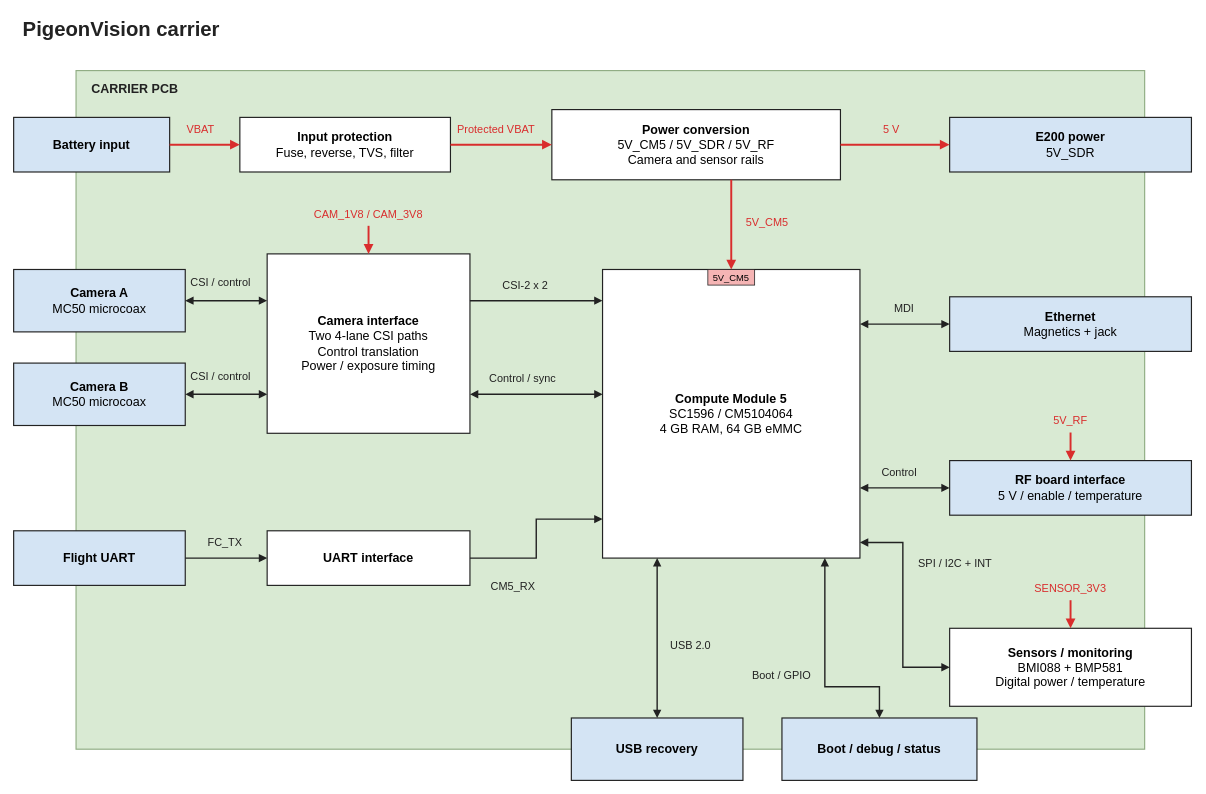
Before: hardware/carrier/block-diagram.drawio in stanford-ssi/PigeonVision, a draw.io diagram. Source tidied: cells renumbered, new cells numbered last; positions are measured from the earlier drawing's top-left corner, leaving out a move shared by most shapes. Both pictures are drawn from the tidied source at 78%, with x=0, y=0 at pixel (13, 13).
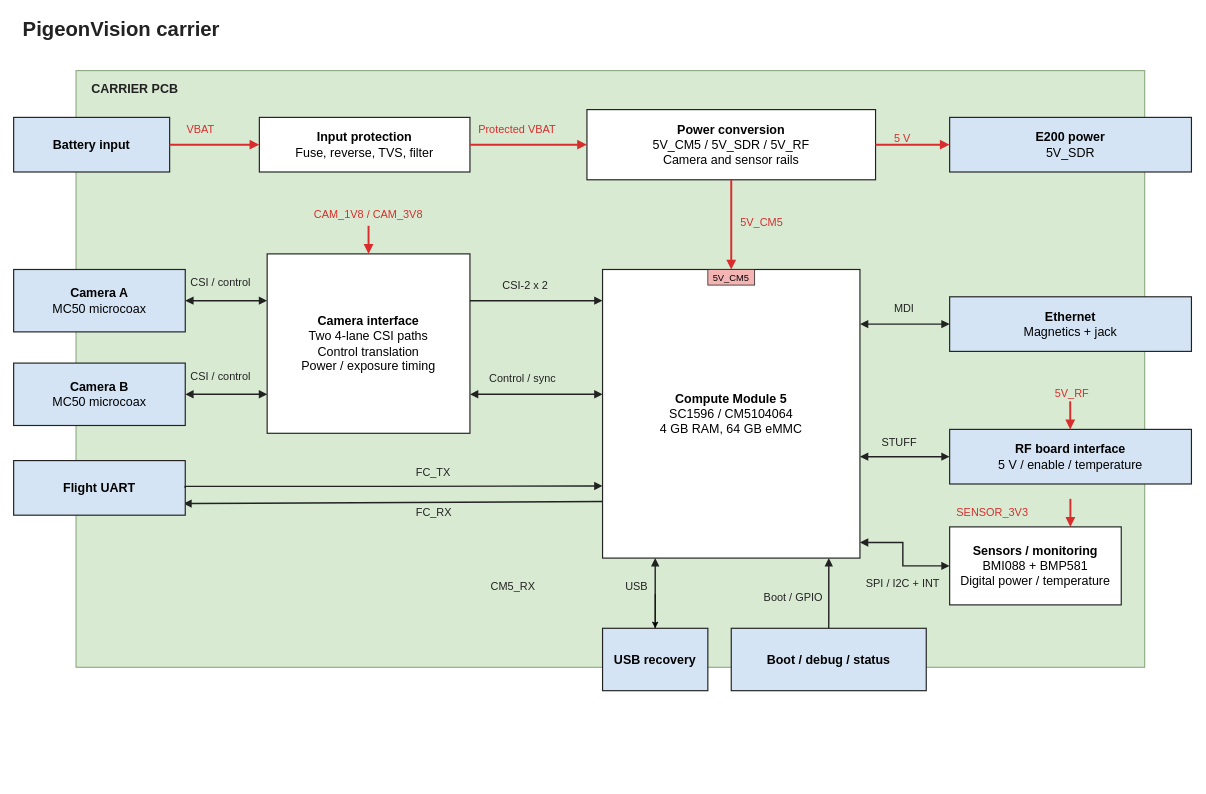
After the change.

The change refers to these unchanged cells:
```xml
<mxCell id="18" value="&lt;b&gt;Compute Module 5&lt;/b&gt;&lt;br&gt;SC1596 / CM5104064&lt;br&gt;4 GB RAM, 64 GB eMMC" style="rounded=0;whiteSpace=wrap;html=1;fontFamily=Arial;fillColor=#ffffff;strokeColor=#222222;strokeWidth=1.5;align=center;verticalAlign=middle;fontSize=16;spacing=5;" parent="1" vertex="1">
  <mxGeometry x="755" y="328" width="330" height="370" as="geometry" />
</mxCell>
```

What changed in the source:
```diff
@@
     <mxCell id="3" style="rounded=0;fillColor=#d9ead3;strokeColor=#91ad84;strokeWidth=1.5;" parent="1" vertex="1">
-      <mxGeometry x="80" y="73" width="1370" height="870" as="geometry" />
+      <mxGeometry x="80" y="73" width="1370" height="765" as="geometry" />
     </mxCell>
@@
     <mxCell id="6" value="&lt;b&gt;Input protection&lt;/b&gt;&lt;br&gt;Fuse, reverse, TVS, filter" style="rounded=0;whiteSpace=wrap;html=1;fontFamily=Arial;fillColor=#ffffff;strokeColor=#222222;strokeWidth=1.5;align=center;verticalAlign=middle;fontSize=16;spacing=5;" parent="1" vertex="1">
-      <mxGeometry x="290" y="133" width="270" height="70" as="geometry" />
+      <mxGeometry x="315" y="133" width="270" height="70" as="geometry" />
     </mxCell>
     <mxCell id="7" value="&lt;b&gt;Power conversion&lt;/b&gt;&lt;br&gt;5V_CM5 / 5V_SDR / 5V_RF&lt;br&gt;Camera and sensor rails" style="rounded=0;whiteSpace=wrap;html=1;fontFamily=Arial;fillColor=#ffffff;strokeColor=#222222;strokeWidth=1.5;align=center;verticalAlign=middle;fontSize=16;spacing=5;" parent="1" vertex="1">
-      <mxGeometry x="690" y="123" width="370" height="90" as="geometry" />
+      <mxGeometry x="735" y="123" width="370" height="90" as="geometry" />
     </mxCell>
@@
     <mxCell id="12" value="Protected VBAT" style="text;html=0;align=left;verticalAlign=middle;fillColor=none;strokeColor=none;fontFamily=Arial;fontSize=14;fontColor=#d92d2d;fontStyle=0;" parent="1" vertex="1">
-      <mxGeometry x="567" y="136" width="112" height="22" as="geometry" />
+      <mxGeometry x="594" y="136" width="112" height="22" as="geometry" />
     </mxCell>
@@
     <mxCell id="14" value="5 V" style="text;html=0;align=left;verticalAlign=middle;fillColor=none;strokeColor=none;fontFamily=Arial;fontSize=14;fontColor=#d92d2d;fontStyle=0;" parent="1" vertex="1">
-      <mxGeometry x="1113" y="136" width="80" height="22" as="geometry" />
+      <mxGeometry x="1127" y="148" width="80" height="22" as="geometry" />
     </mxCell>
@@
+    <mxCell id="57" style="edgeStyle=none;html=1;entryX=0.989;entryY=0.788;entryDx=0;entryDy=0;rounded=0;strokeColor=#222222;strokeWidth=1.8;align=center;verticalAlign=middle;fontFamily=Helvetica;fontSize=11;fontColor=default;labelBackgroundColor=default;startArrow=none;startFill=1;endArrow=block;endFill=1;exitX=0.004;exitY=0.804;exitDx=0;exitDy=0;exitPerimeter=0;entryPerimeter=0;" parent="1" edge="1" source="18" target="40">
+      <mxGeometry relative="1" as="geometry" />
+    </mxCell>
@@
-    <mxCell id="22" style="edgeStyle=orthogonalEdgeStyle;jettySize=0;rounded=0;html=0;strokeColor=#d92d2d;strokeWidth=2.5;endArrow=block;endFill=1;startArrow=none;startFill=1;exitX=0.6216216216216216;exitY=1;exitPerimeter=0;entryX=0.5;entryY=0;entryPerimeter=0;" parent="1" edge="1" source="7" target="18">
+    <mxCell id="22" style="edgeStyle=orthogonalEdgeStyle;jettySize=0;rounded=0;html=0;strokeColor=#d92d2d;strokeWidth=2.5;endArrow=block;endFill=1;startArrow=none;startFill=1;exitX=0.5;exitY=1;entryX=0.5;entryY=0;entryPerimeter=0;exitDx=0;exitDy=0;" parent="1" edge="1" source="7" target="18">
       <mxGeometry relative="1" as="geometry" />
     </mxCell>
     <mxCell id="23" value="5V_CM5" style="text;html=0;align=left;verticalAlign=middle;fillColor=none;strokeColor=none;fontFamily=Arial;fontSize=14;fontColor=#d92d2d;fontStyle=0;" parent="1" vertex="1">
-      <mxGeometry x="937" y="256" width="80" height="22" as="geometry" />
+      <mxGeometry x="930" y="256" width="80" height="22" as="geometry" />
     </mxCell>
@@
     <mxCell id="35" value="&lt;b&gt;RF board interface&lt;/b&gt;&lt;br&gt;5 V / enable / temperature" style="rounded=0;whiteSpace=wrap;html=1;fontFamily=Arial;fillColor=#d4e4f4;strokeColor=#222222;strokeWidth=1.5;align=center;verticalAlign=middle;fontSize=16;spacing=5;" parent="1" vertex="1">
-      <mxGeometry x="1200" y="573" width="310" height="70" as="geometry" />
+      <mxGeometry x="1200" y="533" width="310" height="70" as="geometry" />
     </mxCell>
-    <mxCell id="36" style="edgeStyle=orthogonalEdgeStyle;jettySize=0;rounded=0;html=0;strokeColor=#222222;strokeWidth=1.8;endArrow=block;endFill=1;startArrow=block;startFill=1;exitX=1;exitY=0.7567567567567568;exitPerimeter=0;entryX=0;entryY=0.5;entryPerimeter=0;" parent="1" edge="1" source="18" target="35">
-      <mxGeometry relative="1" as="geometry" />
+    <mxCell id="36" style="edgeStyle=orthogonalEdgeStyle;jettySize=0;rounded=0;html=0;strokeColor=#222222;strokeWidth=1.8;endArrow=block;endFill=1;startArrow=block;startFill=1;entryX=0;entryY=0.5;entryPerimeter=0;" parent="1" edge="1" target="35">
+      <mxGeometry relative="1" as="geometry">
+        <mxPoint x="1085" y="568" as="sourcePoint" />
+        <Array as="points">
+          <mxPoint x="1085" y="568" />
+        </Array>
+      </mxGeometry>
     </mxCell>
-    <mxCell id="37" value="Control" style="text;html=0;align=left;verticalAlign=middle;fillColor=none;strokeColor=none;fontFamily=Arial;fontSize=14;fontColor=#222222;fontStyle=0;" parent="1" vertex="1">
-      <mxGeometry x="1111" y="576" width="80" height="22" as="geometry" />
+    <mxCell id="37" value="STUFF" style="text;html=0;align=left;verticalAlign=middle;fillColor=none;strokeColor=none;fontFamily=Arial;fontSize=14;fontColor=#222222;fontStyle=0;" parent="1" vertex="1">
+      <mxGeometry x="1111" y="538" width="80" height="22" as="geometry" />
     </mxCell>
     <mxCell id="38" style="edgeStyle=none;strokeColor=#d92d2d;strokeWidth=2.5;endArrow=block;endFill=1;" parent="1" edge="1">
       <mxGeometry relative="1" as="geometry">
-        <mxPoint x="1355" y="537" as="sourcePoint" />
-        <mxPoint x="1355" y="573" as="targetPoint" />
+        <mxPoint x="1354.6" y="497" as="sourcePoint" />
+        <mxPoint x="1354.6" y="533" as="targetPoint" />
       </mxGeometry>
     </mxCell>
     <mxCell id="39" value="5V_RF" style="text;html=0;align=center;verticalAlign=middle;fillColor=none;strokeColor=none;fontFamily=Arial;fontSize=14;fontColor=#d92d2d;fontStyle=0;" parent="1" vertex="1">
-      <mxGeometry x="1280" y="510" width="150" height="22" as="geometry" />
+      <mxGeometry x="1282" y="475" width="150" height="22" as="geometry" />
     </mxCell>
     <mxCell id="40" value="&lt;b&gt;Flight UART&lt;/b&gt;" style="rounded=0;whiteSpace=wrap;html=1;fontFamily=Arial;fillColor=#d4e4f4;strokeColor=#222222;strokeWidth=1.5;align=center;verticalAlign=middle;fontSize=16;spacing=5;" parent="1" vertex="1">
-      <mxGeometry y="663" width="220" height="70" as="geometry" />
+      <mxGeometry y="573" width="220" height="70" as="geometry" />
     </mxCell>
-    <mxCell id="41" value="&lt;b&gt;UART interface&lt;/b&gt;" style="rounded=0;whiteSpace=wrap;html=1;fontFamily=Arial;fillColor=#ffffff;strokeColor=#222222;strokeWidth=1.5;align=center;verticalAlign=middle;fontSize=16;spacing=5;" parent="1" vertex="1">
-      <mxGeometry x="325" y="663" width="260" height="70" as="geometry" />
-    </mxCell>
-    <mxCell id="42" style="edgeStyle=orthogonalEdgeStyle;jettySize=0;rounded=0;html=0;strokeColor=#222222;strokeWidth=1.8;endArrow=block;endFill=1;startArrow=none;startFill=1;exitX=1;exitY=0.5;exitPerimeter=0;entryX=0;entryY=0.5;entryPerimeter=0;" parent="1" edge="1" source="40" target="41">
-      <mxGeometry relative="1" as="geometry" />
+    <mxCell id="42" style="edgeStyle=orthogonalEdgeStyle;jettySize=0;rounded=0;html=0;strokeColor=#222222;strokeWidth=1.8;endArrow=block;endFill=1;startArrow=none;startFill=1;exitX=1;exitY=0.5;exitPerimeter=0;entryX=0;entryY=0.75;entryDx=0;entryDy=0;" parent="1" edge="1" source="40" target="18">
+      <mxGeometry relative="1" as="geometry">
+        <Array as="points">
+          <mxPoint x="220" y="606" />
+          <mxPoint x="488" y="606" />
+        </Array>
+      </mxGeometry>
     </mxCell>
     <mxCell id="43" value="FC_TX" style="text;html=0;align=left;verticalAlign=middle;fillColor=none;strokeColor=none;fontFamily=Arial;fontSize=14;fontColor=#222222;fontStyle=0;" parent="1" vertex="1">
-      <mxGeometry x="247" y="666" width="80" height="22" as="geometry" />
+      <mxGeometry x="514" y="576" width="80" height="22" as="geometry" />
     </mxCell>
-    <mxCell id="44" style="edgeStyle=orthogonalEdgeStyle;jettySize=0;rounded=0;html=0;strokeColor=#222222;strokeWidth=1.8;endArrow=block;endFill=1;startArrow=none;startFill=1;exitX=1;exitY=0.5;exitPerimeter=0;entryX=0;entryY=0.8648648648648649;entryPerimeter=0;" parent="1" edge="1" source="41" target="18">
-      <mxGeometry relative="1" as="geometry">
-        <Array as="points">
-          <mxPoint x="670" y="698" />
-          <mxPoint x="670" y="648" />
-        </Array>
-      </mxGeometry>
-    </mxCell>
@@
     <mxCell id="46" value="&lt;b&gt;Sensors / monitoring&lt;/b&gt;&lt;br&gt;BMI088 + BMP581&lt;br&gt;Digital power / temperature" style="rounded=0;whiteSpace=wrap;html=1;fontFamily=Arial;fillColor=#ffffff;strokeColor=#222222;strokeWidth=1.5;align=center;verticalAlign=middle;fontSize=16;spacing=5;" parent="1" vertex="1">
-      <mxGeometry x="1200" y="788" width="310" height="100" as="geometry" />
+      <mxGeometry x="1200" y="658" width="220" height="100" as="geometry" />
     </mxCell>
     <mxCell id="47" style="edgeStyle=none;strokeColor=#d92d2d;strokeWidth=2.5;endArrow=block;endFill=1;" parent="1" edge="1">
       <mxGeometry relative="1" as="geometry">
-        <mxPoint x="1355" y="752" as="sourcePoint" />
-        <mxPoint x="1355" y="788" as="targetPoint" />
+        <mxPoint x="1354.8" y="622" as="sourcePoint" />
+        <mxPoint x="1354.8" y="658" as="targetPoint" />
       </mxGeometry>
     </mxCell>
     <mxCell id="48" value="SENSOR_3V3" style="text;html=0;align=center;verticalAlign=middle;fillColor=none;strokeColor=none;fontFamily=Arial;fontSize=14;fontColor=#d92d2d;fontStyle=0;" parent="1" vertex="1">
-      <mxGeometry x="1280" y="725" width="150" height="22" as="geometry" />
+      <mxGeometry x="1180" y="628" width="150" height="22" as="geometry" />
     </mxCell>
     <mxCell id="49" style="edgeStyle=orthogonalEdgeStyle;jettySize=0;rounded=0;html=0;strokeColor=#222222;strokeWidth=1.8;endArrow=block;endFill=1;startArrow=block;startFill=1;exitX=0;exitY=0.5;exitPerimeter=0;entryX=1;entryY=0.9459459459459459;entryPerimeter=0;" parent="1" edge="1" source="46" target="18">
       <mxGeometry relative="1" as="geometry">
         <Array as="points">
-          <mxPoint x="1140" y="838" />
+          <mxPoint x="1140" y="708" />
           <mxPoint x="1140" y="678" />
         </Array>
       </mxGeometry>
     </mxCell>
     <mxCell id="50" value="SPI / I2C + INT" style="text;html=0;align=left;verticalAlign=middle;fillColor=none;strokeColor=none;fontFamily=Arial;fontSize=14;fontColor=#222222;fontStyle=0;" parent="1" vertex="1">
-      <mxGeometry x="1158" y="693" width="120" height="22" as="geometry" />
+      <mxGeometry x="1091" y="718" width="120" height="22" as="geometry" />
     </mxCell>
+    <mxCell id="58" style="edgeStyle=none;html=1;rounded=0;strokeColor=#222222;strokeWidth=1.8;align=center;verticalAlign=middle;fontFamily=Helvetica;fontSize=11;fontColor=default;labelBackgroundColor=default;startArrow=none;startFill=1;endArrow=block;endFill=1;" parent="1" edge="1" source="51">
+      <mxGeometry relative="1" as="geometry">
+        <mxPoint x="822.5" y="698" as="targetPoint" />
+      </mxGeometry>
+    </mxCell>
     <mxCell id="51" value="&lt;b&gt;USB recovery&lt;/b&gt;" style="rounded=0;whiteSpace=wrap;html=1;fontFamily=Arial;fillColor=#d4e4f4;strokeColor=#222222;strokeWidth=1.5;align=center;verticalAlign=middle;fontSize=16;spacing=5;" parent="1" vertex="1">
-      <mxGeometry x="715" y="903" width="220" height="80" as="geometry" />
+      <mxGeometry x="755" y="788" width="135" height="80" as="geometry" />
     </mxCell>
     <mxCell id="52" value="&lt;b&gt;Boot / debug / status&lt;/b&gt;" style="rounded=0;whiteSpace=wrap;html=1;fontFamily=Arial;fillColor=#d4e4f4;strokeColor=#222222;strokeWidth=1.5;align=center;verticalAlign=middle;fontSize=16;spacing=5;" parent="1" vertex="1">
-      <mxGeometry x="985" y="903" width="250" height="80" as="geometry" />
+      <mxGeometry x="920" y="788" width="250" height="80" as="geometry" />
     </mxCell>
-    <mxCell id="53" style="edgeStyle=orthogonalEdgeStyle;jettySize=0;rounded=0;html=0;strokeColor=#222222;strokeWidth=1.8;endArrow=block;endFill=1;startArrow=block;startFill=1;exitX=0.5;exitY=0;exitPerimeter=0;entryX=0.21212121212121213;entryY=1;entryPerimeter=0;" parent="1" edge="1" source="51" target="18">
-      <mxGeometry relative="1" as="geometry" />
-    </mxCell>
+    <mxCell id="59" style="edgeStyle=none;html=1;" parent="1" edge="1" source="54" target="51">
+      <mxGeometry relative="1" as="geometry" />
+    </mxCell>
-    <mxCell id="54" value="USB 2.0" style="text;html=0;align=left;verticalAlign=middle;fillColor=none;strokeColor=none;fontFamily=Arial;fontSize=14;fontColor=#222222;fontStyle=0;" parent="1" vertex="1">
-      <mxGeometry x="840" y="798" width="80" height="22" as="geometry" />
+    <mxCell id="54" value="USB" style="text;html=0;align=left;verticalAlign=middle;fillColor=none;strokeColor=none;fontFamily=Arial;fontSize=14;fontColor=#222222;fontStyle=0;" parent="1" vertex="1">
+      <mxGeometry x="782.5" y="722" width="80" height="22" as="geometry" />
     </mxCell>
+    <mxCell id="56" value="Boot / GPIO" style="text;html=0;align=left;verticalAlign=middle;fillColor=none;strokeColor=none;fontFamily=Arial;fontSize=14;fontColor=#222222;fontStyle=0;" parent="1" vertex="1">
+      <mxGeometry x="960" y="736" width="88" height="22" as="geometry" />
+    </mxCell>
+    <mxCell id="60" value="FC_RX" style="text;html=0;align=left;verticalAlign=middle;fillColor=none;strokeColor=none;fontFamily=Arial;fontSize=14;fontColor=#222222;fontStyle=0;" parent="1" vertex="1">
+      <mxGeometry x="514" y="628" width="80" height="22" as="geometry" />
+    </mxCell>
-    <mxCell id="55" style="edgeStyle=orthogonalEdgeStyle;jettySize=0;rounded=0;html=0;strokeColor=#222222;strokeWidth=1.8;endArrow=block;endFill=1;startArrow=block;startFill=1;exitX=0.5;exitY=0;exitPerimeter=0;entryX=0.8636363636363636;entryY=1;entryPerimeter=0;" parent="1" edge="1" source="52" target="18">
-      <mxGeometry relative="1" as="geometry">
-        <Array as="points">
-          <mxPoint x="1110" y="863" />
-          <mxPoint x="1040" y="863" />
-        </Array>
-      </mxGeometry>
+    <mxCell id="55" style="edgeStyle=none;html=1;entryX=0.879;entryY=1;entryDx=0;entryDy=0;entryPerimeter=0;rounded=0;strokeColor=#222222;strokeWidth=1.8;align=center;verticalAlign=middle;fontFamily=Helvetica;fontSize=11;fontColor=default;labelBackgroundColor=default;startArrow=none;startFill=1;endArrow=block;endFill=1;" parent="1" edge="1" source="52" target="18">
+      <mxGeometry relative="1" as="geometry" />
     </mxCell>
-    <mxCell id="56" value="Boot / GPIO" style="text;html=0;align=left;verticalAlign=middle;fillColor=none;strokeColor=none;fontFamily=Arial;fontSize=14;fontColor=#222222;fontStyle=0;" parent="1" vertex="1">
-      <mxGeometry x="945" y="836" width="88" height="22" as="geometry" />
-    </mxCell>
```
